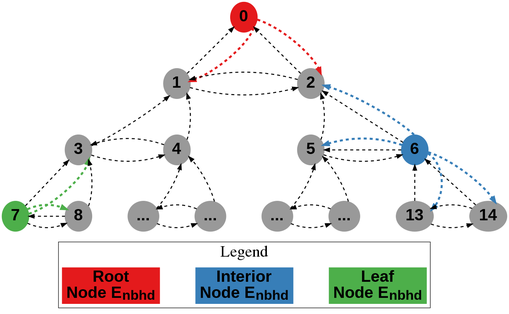
jharwell/phd-thesis keeps this Graphviz diagram as figures/chapter2/tdgraph-accessible.png. Above is the earlier version. Its source is kept beside it as figures/chapter2/tdgraph-accessible.dot.
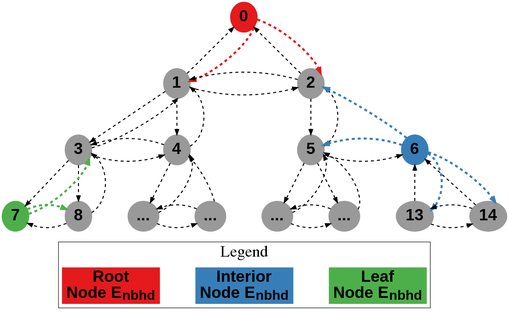
The same diagram one commit later.

Commit message:
Update more AAMAS figures

The edit, as a diff of the source:
```diff
@@ -86,35 +86,47 @@
 
         edge[penwidth=2]
         "1" -> "0" [style=dashed,constraint=false]
+        "1" -> "2" [style=dashed,constraint=false]
+        "1" -> "3" [style=dashed,constraint=false]
+        "1" -> "4" [style=dashed,constraint=false]
+
         "2" -> "0" [style=dashed,constraint=false]
+        "2" -> "1" [style=dashed,constraint=false]
+        "2" -> "5" [style=dashed,constraint=false]
 
         "3" -> "1" [style=dashed,constraint=false]
+        "3" -> "4" [style=dashed,constraint=false]
+        "3" -> "7" [style=dashed,constraint=false]
+        "3" -> "8" [style=dashed,constraint=false]
+
         "4" -> "1" [style=dashed,constraint=false]
+        "4" -> "3" [style=dashed,constraint=false]
+        "4" -> "9" [style=dashed,constraint=false]
+
         "5" -> "2" [style=dashed,constraint=false]
-        "6" -> "2" [style=dashed,constraint=false]
+        "5" -> "6" [style=dashed,constraint=false]
+        "5" -> "11" [style=dashed,constraint=false]
+        "5" -> "12" [style=dashed,constraint=false]
 
-        "7" -> "3" [style=dashed,constraint=false]
         "8" -> "3" [style=dashed,constraint=false]
+        "8" -> "7" [style=dashed,constraint=false]
+
         "9" -> "4" [style=dashed,constraint=false]
+        "9" -> "10" [style=dashed,constraint=false]
+
         "10" -> "4" [style=dashed,constraint=false]
+        "10" -> "9" [style=dashed,constraint=false]
+
         "11" -> "5" [style=dashed,constraint=false]
+        "11" -> "12" [style=dashed,constraint=false]
+
         "12" -> "5" [style=dashed,constraint=false]
+        "12" -> "11" [style=dashed,constraint=false]
+
         "13" -> "6" [style=dashed,constraint=false]
+        "13" -> "14" [style=dashed,constraint=false]
+
         "14" -> "6" [style=dashed,constraint=false]
-
-        "1" -> "2" [style=dashed,constraint=false]
-        "2" -> "1" [style=dashed,constraint=false]
-        "3" -> "4" [style=dashed,constraint=false]
-        "4" -> "3" [style=dashed,constraint=false]
-        "5" -> "6" [style=dashed,constraint=false]
-        "6" -> "5" [style=dashed,constraint=false]
-        "7" -> "8" [style=dashed,constraint=false]
-        "8" -> "7" [style=dashed,constraint=false]
-        "9" -> "10" [style=dashed,constraint=false]
-        "10" -> "9" [style=dashed,constraint=false]
-        "11" -> "12" [style=dashed,constraint=false]
-        "12" -> "11" [style=dashed,constraint=false]
-        "13" -> "14" [style=dashed,constraint=false]
         "14" -> "13" [style=dashed,constraint=false]
 
         edge[penwidth=4]
```
